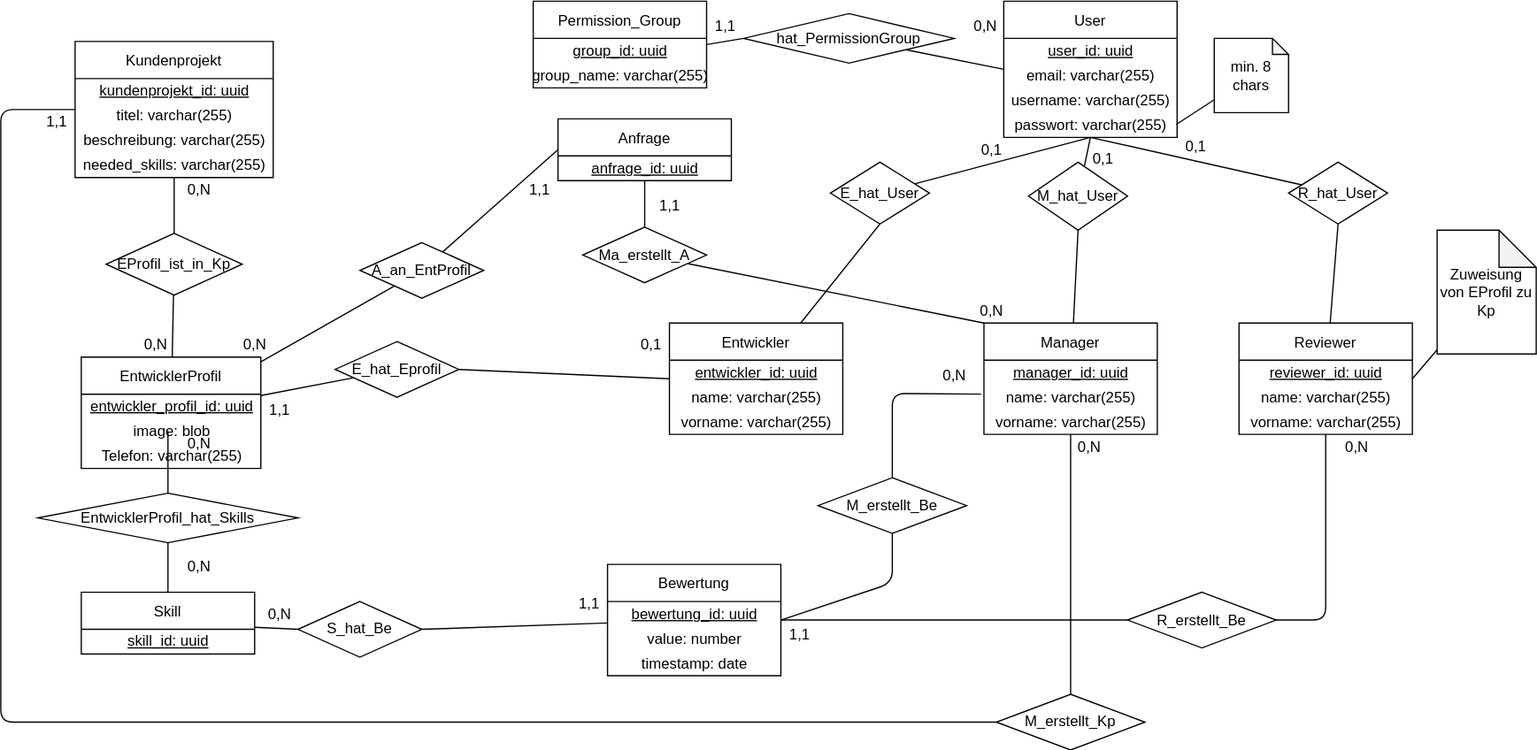
The draw.io diagram docs/diagram/ERDiagramm-Semantisch.svg in TomKeppeler/WRAM, before a commit. Source tidied: cells renumbered, new cells last; positions are measured from the earlier drawing's top-left corner, leaving out a move shared by most shapes.
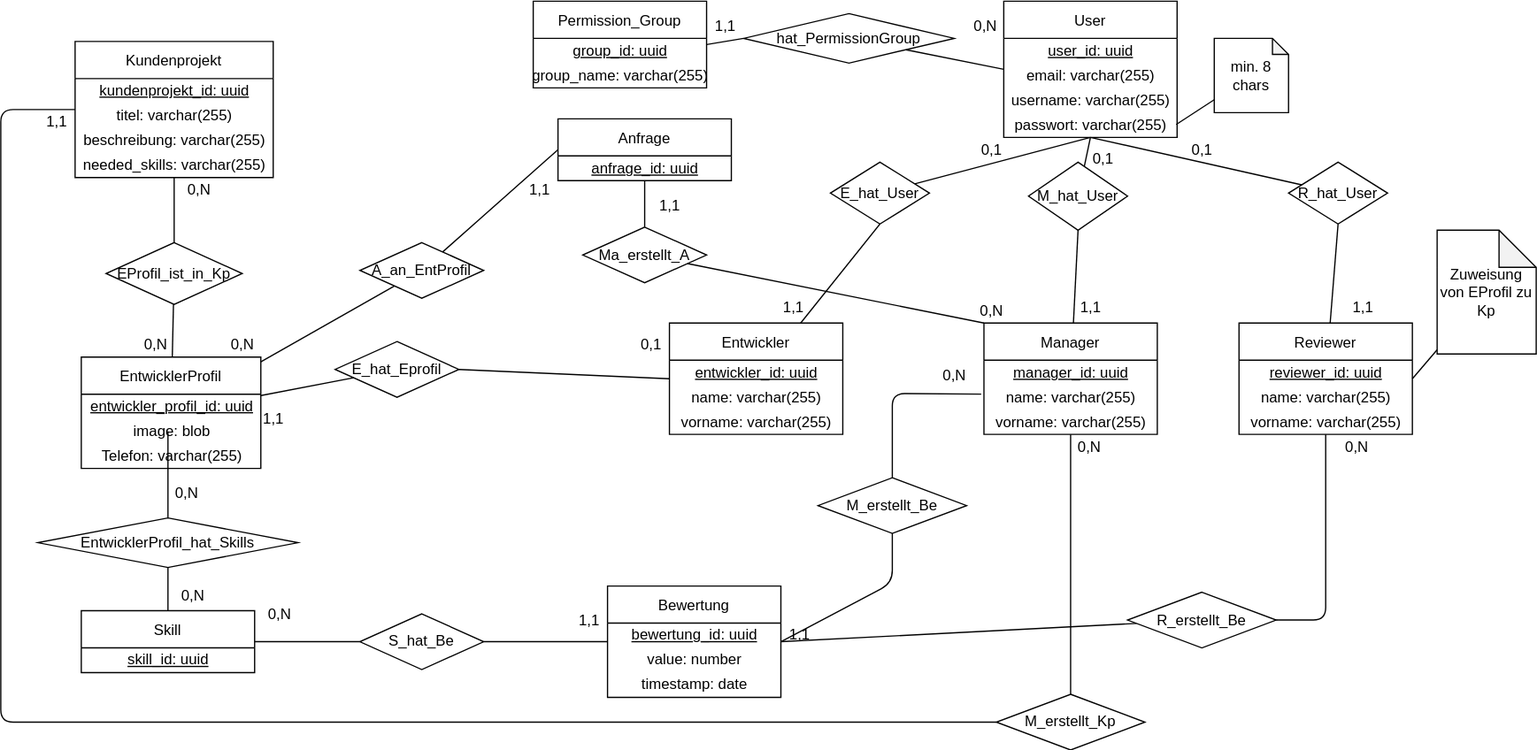
Later version of the same file.

The edit, as a diff of the source:
```diff
@@ -102,7 +102,7 @@
       <mxGeometry relative="1" as="geometry" />
     </mxCell>
     <mxCell id="35" value="Skill" style="swimlane;fontStyle=0;horizontal=1;startSize=30;" parent="1" vertex="1">
-      <mxGeometry x="65" y="478" width="140" height="50" as="geometry" />
+      <mxGeometry x="65" y="493" width="140" height="50" as="geometry" />
     </mxCell>
     <mxCell id="36" value="&lt;u&gt;skill_id: uuid&lt;/u&gt;" style="text;html=1;align=center;verticalAlign=middle;strokeColor=none;fillColor=none;" parent="35" vertex="1">
       <mxGeometry y="30" width="140" height="20" as="geometry" />
@@ -115,11 +115,8 @@
     <mxCell id="38" style="edgeStyle=none;html=1;entryX=0.5;entryY=0;entryDx=0;entryDy=0;endArrow=none;endFill=0;startArrow=none;" parent="1" edge="1" source="71" target="35">
       <mxGeometry relative="1" as="geometry" />
     </mxCell>
-    <mxCell id="39" value="0,N" style="text;html=1;align=center;verticalAlign=middle;strokeColor=none;fillColor=none;" parent="1" vertex="1">
-      <mxGeometry x="145" y="348" width="30" height="20" as="geometry" />
-    </mxCell>
     <mxCell id="40" value="0,N" style="text;html=1;align=center;verticalAlign=middle;strokeColor=none;fillColor=none;" parent="1" vertex="1">
-      <mxGeometry x="145" y="448" width="30" height="20" as="geometry" />
+      <mxGeometry x="140" y="470.5" width="30" height="20" as="geometry" />
     </mxCell>
     <mxCell id="41" style="edgeStyle=none;html=1;entryX=0;entryY=0.5;entryDx=0;entryDy=0;endArrow=none;endFill=0;exitX=1;exitY=0.5;exitDx=0;exitDy=0;" parent="1" edge="1" source="42" target="13">
       <mxGeometry relative="1" as="geometry" />
@@ -131,7 +128,7 @@
       <mxGeometry x="510" y="268" width="30" height="20" as="geometry" />
     </mxCell>
     <mxCell id="44" value="1,1" style="text;html=1;align=center;verticalAlign=middle;strokeColor=none;fillColor=none;" parent="1" vertex="1">
-      <mxGeometry x="210" y="320.5" width="30" height="20" as="geometry" />
+      <mxGeometry x="205" y="328" width="30" height="20" as="geometry" />
     </mxCell>
     <mxCell id="45" style="edgeStyle=none;html=1;entryX=0.5;entryY=1;entryDx=0;entryDy=0;endArrow=none;endFill=0;" parent="1" edge="1" source="46" target="58">
       <mxGeometry relative="1" as="geometry" />
@@ -155,7 +152,7 @@
       <mxGeometry relative="1" as="geometry" />
     </mxCell>
     <mxCell id="52" value="EProfil_ist_in_Kp" style="rhombus;whiteSpace=wrap;html=1;fontStyle=0;startSize=30;" parent="1" vertex="1">
-      <mxGeometry x="85" y="188" width="110" height="50" as="geometry" />
+      <mxGeometry x="85" y="195.5" width="110" height="50" as="geometry" />
     </mxCell>
     <mxCell id="53" value="0,N" style="text;html=1;align=center;verticalAlign=middle;strokeColor=none;fillColor=none;" parent="1" vertex="1">
       <mxGeometry x="145" y="143" width="30" height="20" as="geometry" />
@@ -217,13 +214,13 @@
       <mxGeometry x="980" y="30.5" width="60" height="60" as="geometry" />
     </mxCell>
     <mxCell id="71" value="EntwicklerProfil_hat_Skills" style="rhombus;whiteSpace=wrap;html=1;" parent="1" vertex="1">
-      <mxGeometry x="30" y="398" width="210" height="40" as="geometry" />
+      <mxGeometry x="30" y="418" width="210" height="40" as="geometry" />
     </mxCell>
     <mxCell id="72" style="edgeStyle=none;html=1;entryX=1;entryY=0.5;entryDx=0;entryDy=0;endArrow=none;endFill=0;" parent="1" edge="1" source="73" target="77">
       <mxGeometry relative="1" as="geometry" />
     </mxCell>
     <mxCell id="73" value="Bewertung" style="swimlane;fontStyle=0;horizontal=1;startSize=30;" parent="1" vertex="1">
-      <mxGeometry x="490" y="455.5" width="140" height="90" as="geometry" />
+      <mxGeometry x="490" y="473" width="140" height="90" as="geometry" />
     </mxCell>
     <mxCell id="74" value="&lt;u&gt;bewertung_id: uuid&lt;/u&gt;" style="text;html=1;align=center;verticalAlign=middle;strokeColor=none;fillColor=none;" parent="73" vertex="1">
       <mxGeometry y="30" width="140" height="20" as="geometry" />
@@ -235,13 +232,13 @@
       <mxGeometry y="70" width="140" height="20" as="geometry" />
     </mxCell>
     <mxCell id="77" value="S_hat_Be" style="rhombus;whiteSpace=wrap;html=1;fontStyle=0;startSize=30;" parent="1" vertex="1">
-      <mxGeometry x="240" y="485.5" width="100" height="45" as="geometry" />
+      <mxGeometry x="290" y="495.5" width="100" height="45" as="geometry" />
     </mxCell>
     <mxCell id="78" value="0,N" style="text;html=1;align=center;verticalAlign=middle;strokeColor=none;fillColor=none;" parent="1" vertex="1">
       <mxGeometry x="210" y="485.5" width="30" height="20" as="geometry" />
     </mxCell>
     <mxCell id="79" value="1,1" style="text;html=1;align=center;verticalAlign=middle;strokeColor=none;fillColor=none;" parent="1" vertex="1">
-      <mxGeometry x="460" y="478" width="30" height="20" as="geometry" />
+      <mxGeometry x="460" y="490.5" width="30" height="20" as="geometry" />
     </mxCell>
     <mxCell id="80" style="edgeStyle=none;html=1;entryX=1;entryY=0.5;entryDx=0;entryDy=0;endArrow=none;endFill=0;" parent="1" edge="1" source="81" target="73">
       <mxGeometry relative="1" as="geometry" />
@@ -310,7 +307,7 @@
       <mxGeometry x="290" y="195.5" width="100" height="45" as="geometry" />
     </mxCell>
     <mxCell id="98" value="0,N" style="text;html=1;align=center;verticalAlign=middle;strokeColor=none;fillColor=none;" parent="1" vertex="1">
-      <mxGeometry x="190" y="268" width="30" height="20" as="geometry" />
+      <mxGeometry x="180" y="268" width="30" height="20" as="geometry" />
     </mxCell>
     <mxCell id="99" value="1,1" style="text;html=1;align=center;verticalAlign=middle;strokeColor=none;fillColor=none;" parent="1" vertex="1">
       <mxGeometry x="420" y="143" width="30" height="20" as="geometry" />
@@ -321,11 +318,23 @@
     <mxCell id="101" value="0,1" style="text;html=1;align=center;verticalAlign=middle;strokeColor=none;fillColor=none;" parent="1" vertex="1">
       <mxGeometry x="875" y="118" width="30" height="20" as="geometry" />
     </mxCell>
-    <mxCell id="102" value="0,1" style="text;html=1;align=center;verticalAlign=middle;strokeColor=none;fillColor=none;" parent="1" vertex="1">
-      <mxGeometry x="785" y="110.5" width="30" height="20" as="geometry" />
-    </mxCell>
-    <mxCell id="103" value="0,1" style="text;html=1;align=center;verticalAlign=middle;strokeColor=none;fillColor=none;" parent="1" vertex="1">
-      <mxGeometry x="950" y="108" width="30" height="20" as="geometry" />
-    </mxCell>
+    <mxCell id="39" value="0,N" style="text;html=1;align=center;verticalAlign=middle;strokeColor=none;fillColor=none;" parent="1" vertex="1">
+      <mxGeometry x="135" y="388" width="30" height="20" as="geometry" />
+    </mxCell>
+    <mxCell id="104" value="1,1" style="text;html=1;align=center;verticalAlign=middle;strokeColor=none;fillColor=none;" parent="1" vertex="1">
+      <mxGeometry x="865" y="238" width="30" height="20" as="geometry" />
+    </mxCell>
+    <mxCell id="105" value="1,1" style="text;html=1;align=center;verticalAlign=middle;strokeColor=none;fillColor=none;" parent="1" vertex="1">
+      <mxGeometry x="1085" y="238" width="30" height="20" as="geometry" />
+    </mxCell>
+    <mxCell id="106" value="1,1" style="text;html=1;align=center;verticalAlign=middle;strokeColor=none;fillColor=none;" parent="1" vertex="1">
+      <mxGeometry x="625" y="238" width="30" height="20" as="geometry" />
+    </mxCell>
+    <mxCell id="107" value="&lt;div&gt;0,1&lt;/div&gt;" style="text;html=1;align=center;verticalAlign=middle;strokeColor=none;fillColor=none;" parent="1" vertex="1">
+      <mxGeometry x="780" y="105.5" width="40" height="30" as="geometry" />
+    </mxCell>
+    <mxCell id="108" value="&lt;div&gt;0,1&lt;/div&gt;" style="text;html=1;align=center;verticalAlign=middle;strokeColor=none;fillColor=none;" parent="1" vertex="1">
+      <mxGeometry x="950" y="105.5" width="40" height="30" as="geometry" />
+    </mxCell>
   </root>
 </mxGraphModel>
```
